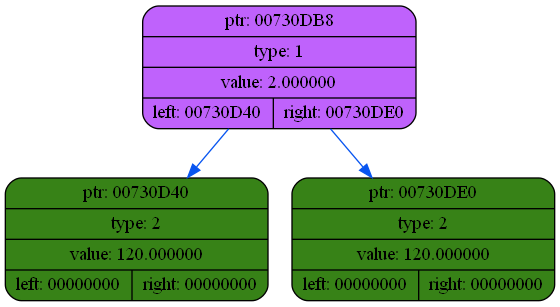
The Graphviz diagram dump/dump3.png in coffee8cat/differentiator, before a commit. Its source is kept beside it as dump/dump3.dot.
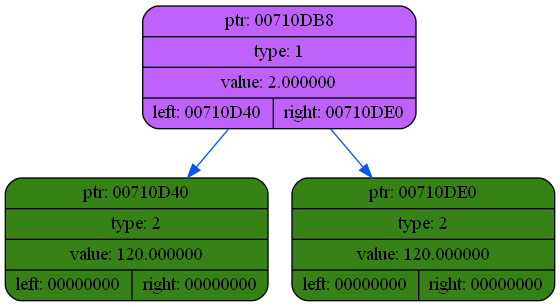
After the commit.

What changed in the source:
```diff
@@ -2,9 +2,9 @@
 {
     rankdir=TP
 
-        node00730DB8[shape=record,style="rounded,filled",fillcolor="#BF62FC",label="{ ptr: 00730DB8 | type: 1 | value: 2.000000| { left: 00730D40 | right: 00730DE0 }}"];
-    node00730DB8 -> node00730D40[color="#0855F0"]
-    node00730D40[shape=record,style="rounded,filled",fillcolor="#378217",label="{ ptr: 00730D40 | type: 2 | value: 120.000000| { left: 00000000 | right: 00000000 }}"];
-    node00730DB8 -> node00730DE0[color="#0855F0"]
-    node00730DE0[shape=record,style="rounded,filled",fillcolor="#378217",label="{ ptr: 00730DE0 | type: 2 | value: 120.000000| { left: 00000000 | right: 00000000 }}"];
+        node00710DB8[shape=record,style="rounded,filled",fillcolor="#BF62FC",label="{ ptr: 00710DB8 | type: 1 | value: 2.000000| { left: 00710D40 | right: 00710DE0 }}"];
+    node00710DB8 -> node00710D40[color="#0855F0"]
+    node00710D40[shape=record,style="rounded,filled",fillcolor="#378217",label="{ ptr: 00710D40 | type: 2 | value: 120.000000| { left: 00000000 | right: 00000000 }}"];
+    node00710DB8 -> node00710DE0[color="#0855F0"]
+    node00710DE0[shape=record,style="rounded,filled",fillcolor="#378217",label="{ ptr: 00710DE0 | type: 2 | value: 120.000000| { left: 00000000 | right: 00000000 }}"];
 }
```
